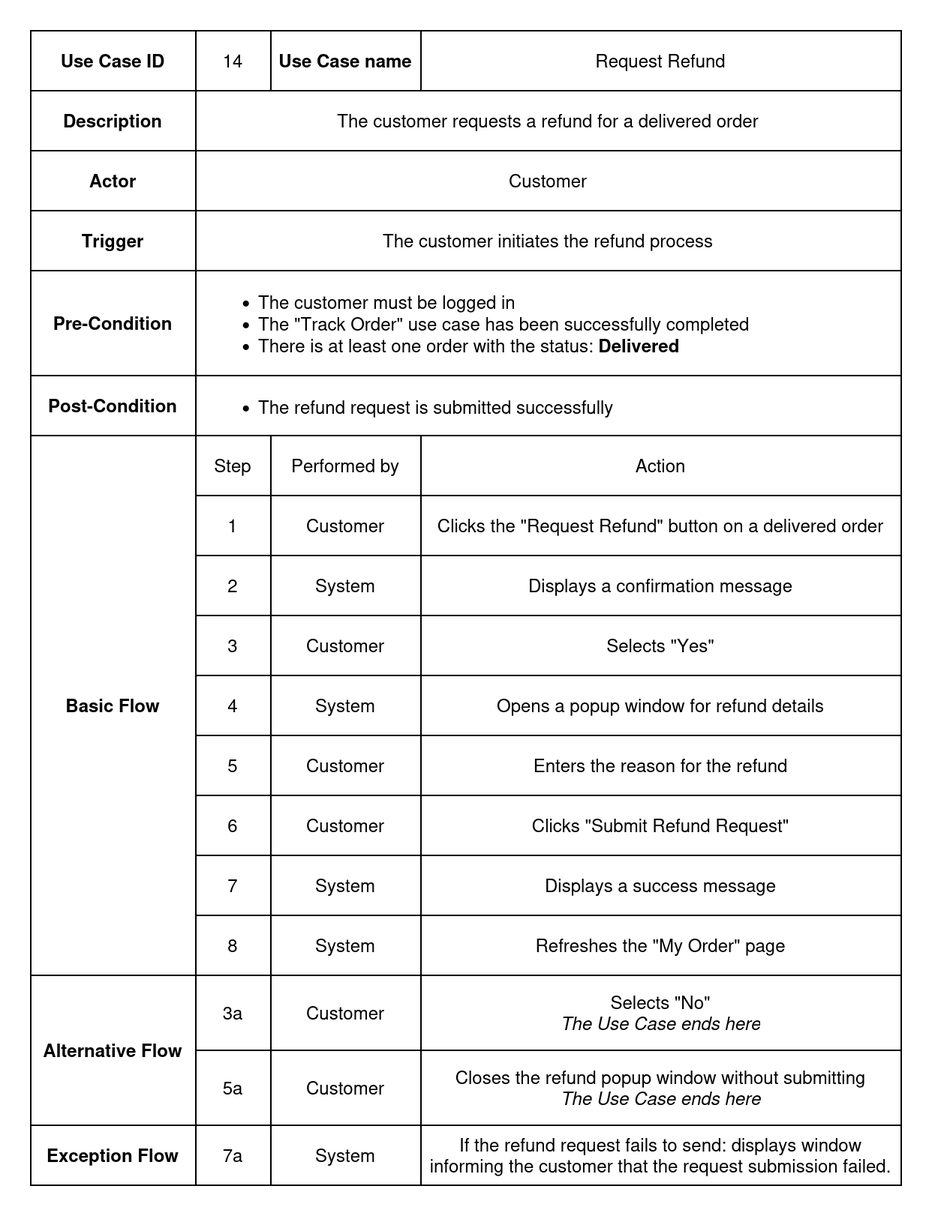
Earlier version of the draw.io export documentation/Images/usecase_metadata_card/uc_14_request_refund.drawio.png (auphong2707/itse-laptopshop-management-web-application). Source tidied: cells renumbered, new cells last; positions are measured from the earlier drawing's top-left corner, leaving out a move shared by most shapes.
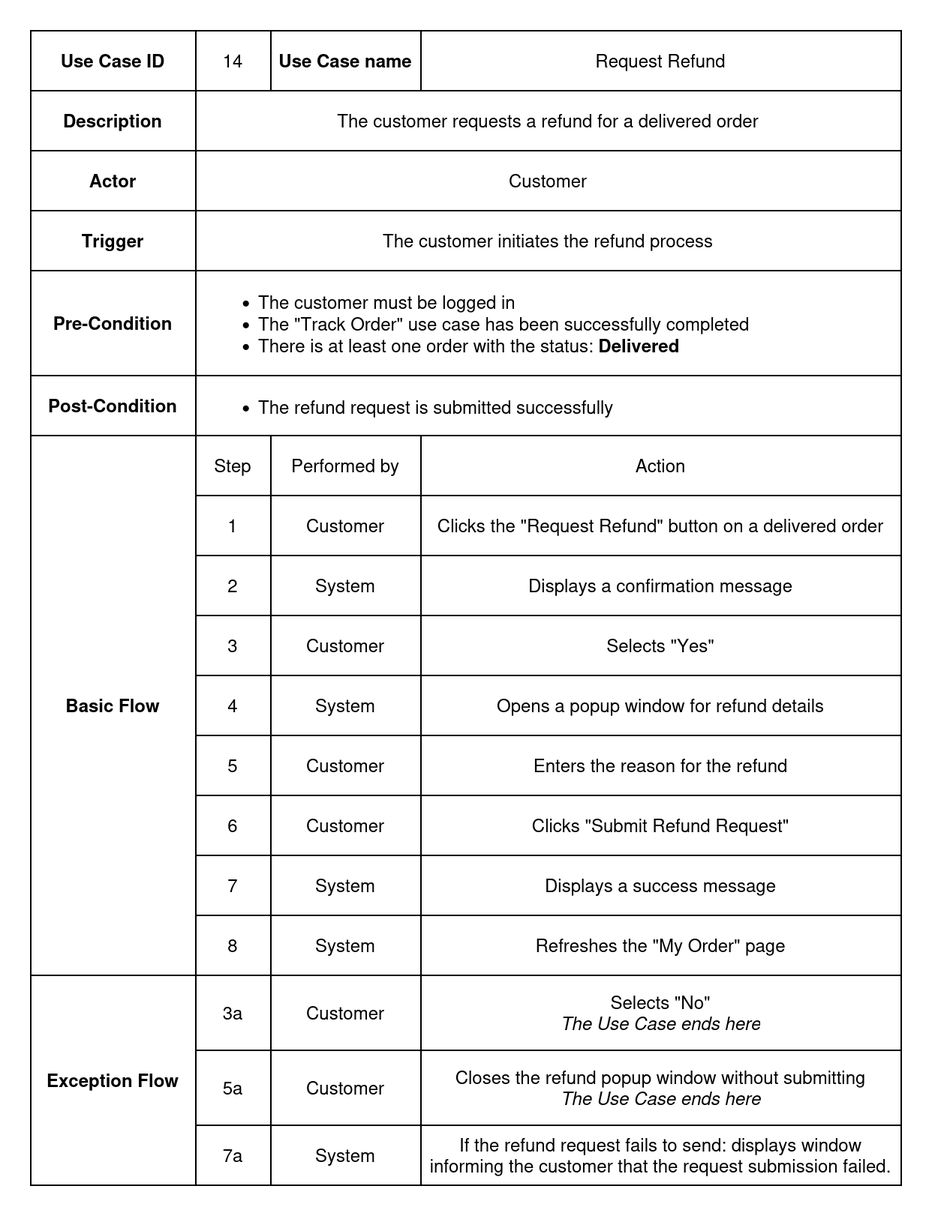
The same diagram one commit later.

Change to the diagram source:
```diff
@@ -179,8 +179,8 @@
     <mxCell id="60" style="shape=tableRow;horizontal=0;startSize=0;swimlaneHead=0;swimlaneBody=0;strokeColor=inherit;top=0;left=0;bottom=0;right=0;fillColor=none;" parent="2" vertex="1">
       <mxGeometry y="630" width="580" height="50" as="geometry" />
     </mxCell>
-    <mxCell id="61" value="Alternative Flow" style="shape=partialRectangle;html=1;whiteSpace=wrap;strokeColor=inherit;overflow=hidden;fillColor=none;top=0;left=0;bottom=0;right=0;fontStyle=1;rowspan=2;colspan=1;" parent="60" vertex="1">
-      <mxGeometry width="110" height="100" as="geometry" />
+    <mxCell id="61" value="Exception Flow" style="shape=partialRectangle;html=1;whiteSpace=wrap;strokeColor=inherit;overflow=hidden;fillColor=none;top=0;left=0;bottom=0;right=0;fontStyle=1;rowspan=3;colspan=1;" parent="60" vertex="1">
+      <mxGeometry width="110" height="140" as="geometry" />
     </mxCell>
     <mxCell id="62" value="3a" style="shape=partialRectangle;html=1;whiteSpace=wrap;strokeColor=inherit;overflow=hidden;fillColor=none;top=0;left=0;bottom=0;right=0;" parent="60" vertex="1">
       <mxGeometry x="110" width="50" height="50" as="geometry" />
@@ -206,9 +206,6 @@
     <mxCell id="69" style="shape=tableRow;horizontal=0;startSize=0;swimlaneHead=0;swimlaneBody=0;strokeColor=inherit;top=0;left=0;bottom=0;right=0;fillColor=none;" parent="2" vertex="1">
       <mxGeometry y="730" width="580" height="40" as="geometry" />
     </mxCell>
-    <mxCell id="70" value="Exception Flow" style="shape=partialRectangle;html=1;whiteSpace=wrap;strokeColor=inherit;overflow=hidden;fillColor=none;top=0;left=0;bottom=0;right=0;fontStyle=1;" parent="69" vertex="1">
-      <mxGeometry width="110" height="40" as="geometry" />
-    </mxCell>
     <mxCell id="71" value="7a" style="shape=partialRectangle;html=1;whiteSpace=wrap;strokeColor=inherit;overflow=hidden;fillColor=none;top=0;left=0;bottom=0;right=0;" parent="69" vertex="1">
       <mxGeometry x="110" width="50" height="40" as="geometry" />
     </mxCell>
```
